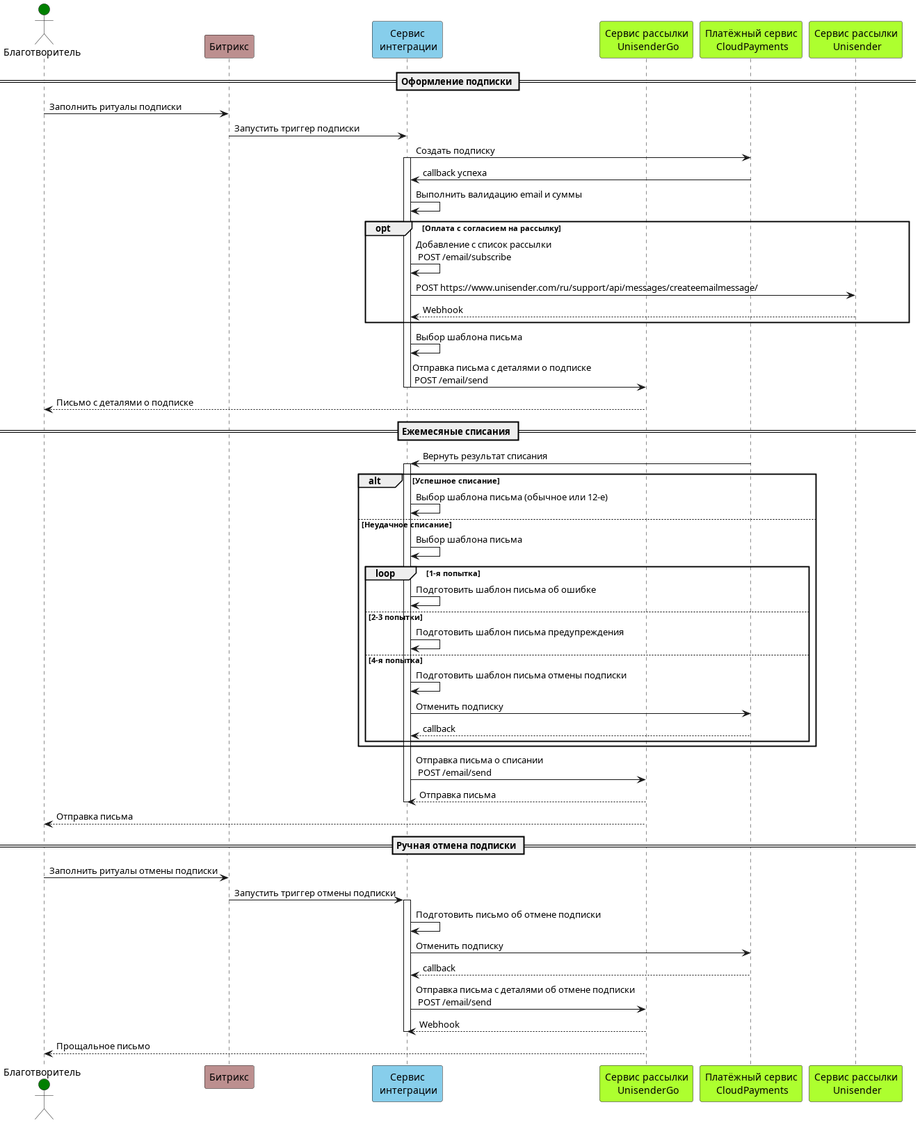
Above: out/SequenceDiagram/sequenceDiagramRPayment/Recurrent.png in trofimovelijah/mayak_integration_service (PlantUML), before the change. Its diagram source:
```plantuml
@startuml Recurrent

actor "Благотворитель" as Donor #Green
participant "Битрикс" as Bitrix #RosyBrown
participant "Сервис\n интеграции" as IntService #SkyBlue
participant "Сервис рассылки\n UnisenderGo" as UnisenderGo #GreenYellow
participant "Платёжный сервис\n CloudPayments" as CloudPayments #GreenYellow
participant "Сервис рассылки\n Unisender" as Unisender #GreenYellow

== Оформление подписки ==
Donor -> Bitrix: Заполнить ритуалы подписки
Bitrix -> IntService: Запустить триггер подписки
IntService -> CloudPayments: Создать подписку
activate IntService
CloudPayments -> IntService: callback успеха
IntService -> IntService: Выполнить валидацию email и суммы

    opt Оплата с согласием на рассылку
        IntService -> IntService: Добавление с список рассылки\n POST /email/subscribe
        IntService -> Unisender: POST https://www.unisender.com/ru/support/api/messages/createemailmessage/
        Unisender --> IntService: Webhook
    end

IntService -> IntService: Выбор шаблона письма
IntService -> UnisenderGo: Отправка письма с деталями о подписке\n POST /email/send
deactivate IntService
UnisenderGo --> Donor: Письмо с деталями о подписке

== Ежемесяные списания ==

CloudPayments -> IntService: Вернуть результат списания
activate IntService
alt Успешное списание
    IntService -> IntService: Выбор шаблона письма (обычное или 12-е)
else Неудачное списание
    IntService -> IntService: Выбор шаблона письма
        loop 1-я попытка
            IntService -> IntService: Подготовить шаблон письма об ошибке
        else 2-3 попытки
            IntService -> IntService: Подготовить шаблон письма предупреждения
        else 4-я попытка
            IntService -> IntService: Подготовить шаблон письма отмены подписки
            IntService -> CloudPayments: Отменить подписку
            CloudPayments --> IntService: callback
        end
end
IntService -> UnisenderGo: Отправка письма о списании\n POST /email/send
UnisenderGo --> IntService: Отправка письма
deactivate IntService
UnisenderGo --> Donor: Отправка письма

== Ручная отмена подписки ==
Donor -> Bitrix: Заполнить ритуалы отмены подписки
Bitrix -> IntService: Запустить триггер отмены подписки
activate IntService
IntService -> IntService: Подготовить письмо об отмене подписки
IntService -> CloudPayments: Отменить подписку
CloudPayments --> IntService: callback
IntService -> UnisenderGo: Отправка письма с деталями об отмене подписки\n POST /email/send
UnisenderGo --> IntService: Webhook
deactivate IntService
UnisenderGo --> Donor: Прощальное письмо

@enduml
```
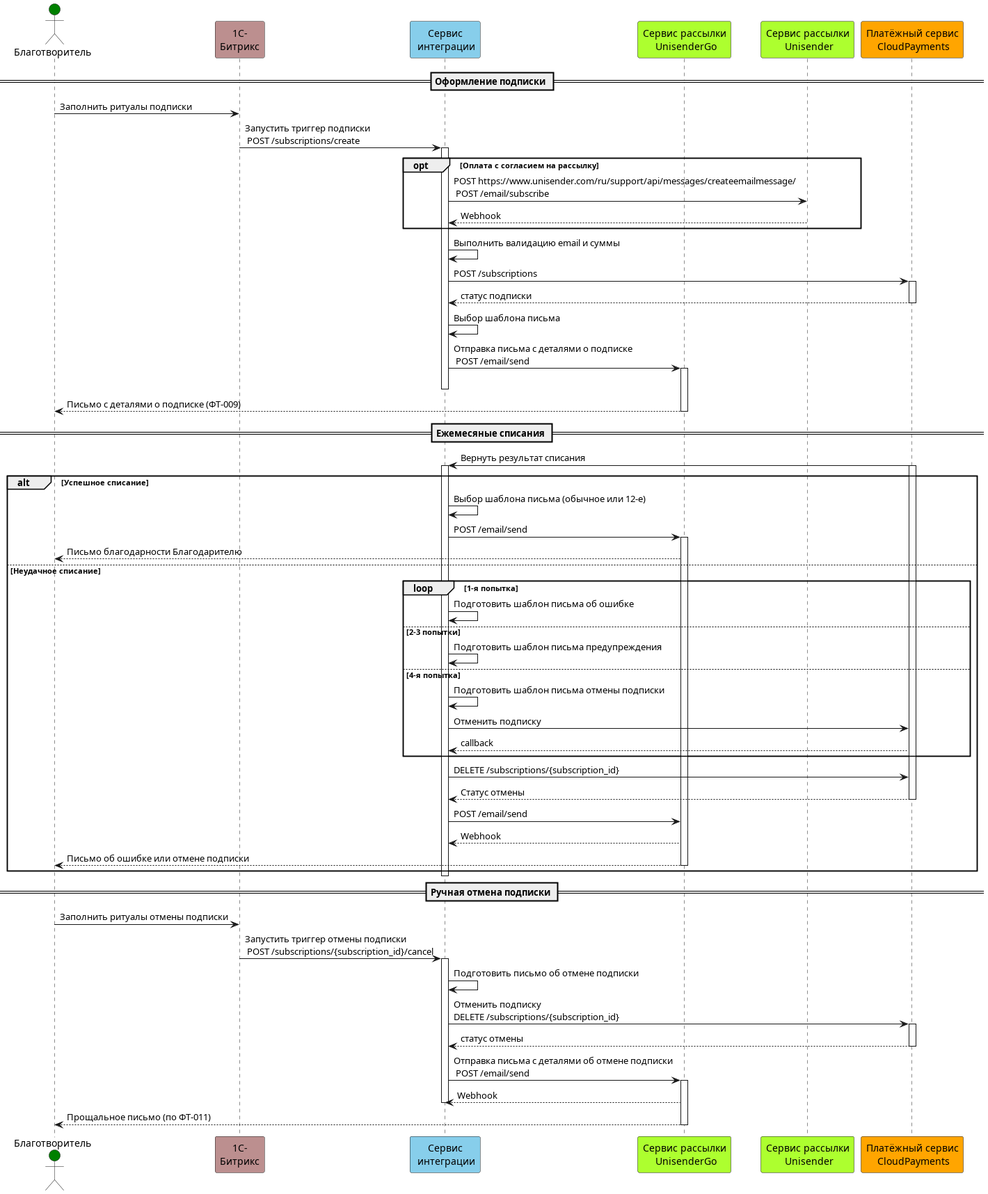
After the change.

The edit, as a diff of the source:
```diff
@@ -1,64 +1,79 @@
 @startuml Recurrent
 
 actor "Благотворитель" as Donor #Green
-participant "Битрикс" as Bitrix #RosyBrown
+participant "1С-\nБитрикс" as Bitrix #RosyBrown
 participant "Сервис\n интеграции" as IntService #SkyBlue
 participant "Сервис рассылки\n UnisenderGo" as UnisenderGo #GreenYellow
-participant "Платёжный сервис\n CloudPayments" as CloudPayments #GreenYellow
 participant "Сервис рассылки\n Unisender" as Unisender #GreenYellow
+participant "Платёжный сервис\n CloudPayments" as CloudPayments #Orange
 
 == Оформление подписки ==
 Donor -> Bitrix: Заполнить ритуалы подписки
-Bitrix -> IntService: Запустить триггер подписки
-IntService -> CloudPayments: Создать подписку
+Bitrix -> IntService: Запустить триггер подписки\n POST /subscriptions/create
 activate IntService
-CloudPayments -> IntService: callback успеха
-IntService -> IntService: Выполнить валидацию email и суммы
 
     opt Оплата с согласием на рассылку
-        IntService -> IntService: Добавление с список рассылки\n POST /email/subscribe
-        IntService -> Unisender: POST https://www.unisender.com/ru/support/api/messages/createemailmessage/
+        IntService -> Unisender: POST https://www.unisender.com/ru/support/api/messages/createemailmessage/\n POST /email/subscribe
         Unisender --> IntService: Webhook
     end
 
+IntService -> IntService: Выполнить валидацию email и суммы
+IntService -> CloudPayments: POST /subscriptions
+activate CloudPayments
+CloudPayments --> IntService: статус подписки
+deactivate CloudPayments
 IntService -> IntService: Выбор шаблона письма
 IntService -> UnisenderGo: Отправка письма с деталями о подписке\n POST /email/send
+activate UnisenderGo
 deactivate IntService
-UnisenderGo --> Donor: Письмо с деталями о подписке
+UnisenderGo --> Donor: Письмо с деталями о подписке (ФТ-009)
+deactivate UnisenderGo
 
 == Ежемесяные списания ==
 
 CloudPayments -> IntService: Вернуть результат списания
+activate CloudPayments
 activate IntService
 alt Успешное списание
     IntService -> IntService: Выбор шаблона письма (обычное или 12-е)
+    IntService -> UnisenderGo: POST /email/send
+    activate UnisenderGo
+    UnisenderGo --> Donor: Письмо благодарности Благодарителю
 else Неудачное списание
-    IntService -> IntService: Выбор шаблона письма
-        loop 1-я попытка
-            IntService -> IntService: Подготовить шаблон письма об ошибке
-        else 2-3 попытки
-            IntService -> IntService: Подготовить шаблон письма предупреждения
-        else 4-я попытка
-            IntService -> IntService: Подготовить шаблон письма отмены подписки
-            IntService -> CloudPayments: Отменить подписку
-            CloudPayments --> IntService: callback
-        end
+    loop 1-я попытка
+        IntService -> IntService: Подготовить шаблон письма об ошибке
+    else 2-3 попытки
+        IntService -> IntService: Подготовить шаблон письма предупреждения
+    else 4-я попытка
+        IntService -> IntService: Подготовить шаблон письма отмены подписки
+        IntService -> CloudPayments: Отменить подписку
+        CloudPayments --> IntService: callback
+    end
+IntService -> CloudPayments: DELETE /subscriptions/{subscription_id}
+CloudPayments --> IntService: Статус отмены
+deactivate CloudPayments
+
+IntService -> UnisenderGo: POST /email/send
+UnisenderGo --> IntService: Webhook
+UnisenderGo --> Donor: Письмо об ошибке или отмене подписки
+deactivate UnisenderGo
 end
-IntService -> UnisenderGo: Отправка письма о списании\n POST /email/send
-UnisenderGo --> IntService: Отправка письма
 deactivate IntService
-UnisenderGo --> Donor: Отправка письма
 
 == Ручная отмена подписки ==
 Donor -> Bitrix: Заполнить ритуалы отмены подписки
-Bitrix -> IntService: Запустить триггер отмены подписки
+Bitrix -> IntService: Запустить триггер отмены подписки\n POST /subscriptions/{subscription_id}/cancel
 activate IntService
 IntService -> IntService: Подготовить письмо об отмене подписки
-IntService -> CloudPayments: Отменить подписку
-CloudPayments --> IntService: callback
+IntService -> CloudPayments: Отменить подписку\nDELETE /subscriptions/{subscription_id}
+activate CloudPayments
+CloudPayments --> IntService: статус отмены
+deactivate CloudPayments
 IntService -> UnisenderGo: Отправка письма с деталями об отмене подписки\n POST /email/send
+activate UnisenderGo
 UnisenderGo --> IntService: Webhook
 deactivate IntService
-UnisenderGo --> Donor: Прощальное письмо
+UnisenderGo --> Donor: Прощальное письмо (по ФТ-011)
+deactivate UnisenderGo
 
 @enduml
```
